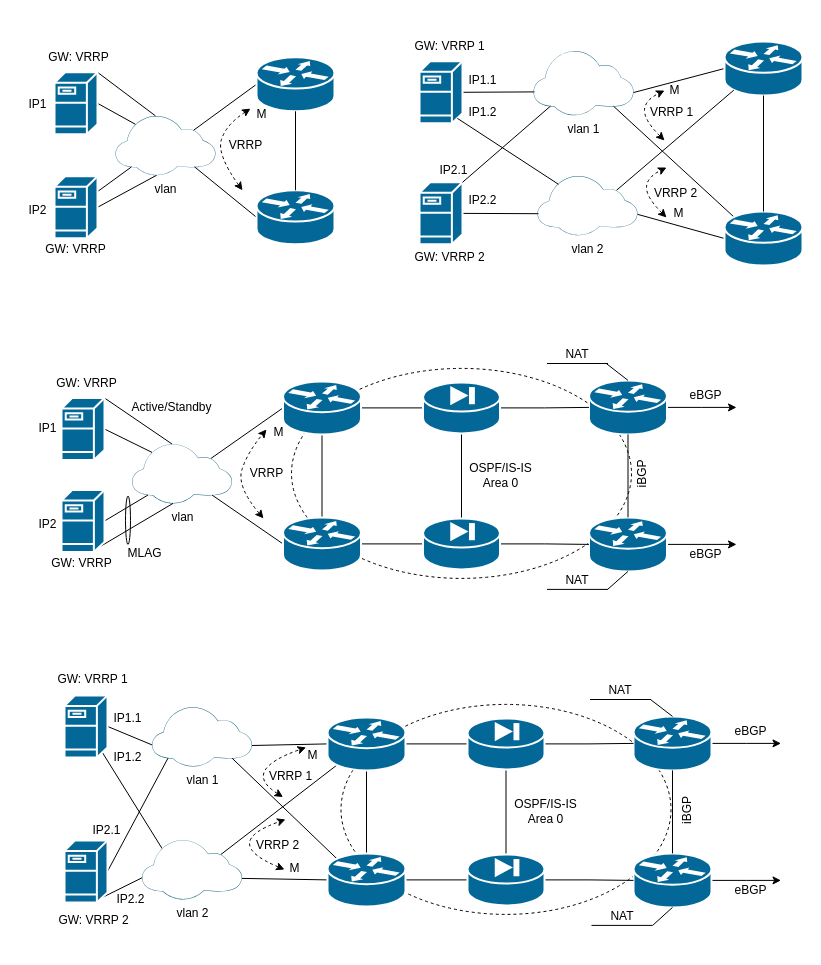
Before: page "L3" (2 of 2) of Diagram/small_nets.drawio in thleontev/Networks, a draw.io diagram. Source tidied: cells renumbered, new cells numbered last; positions are measured from the earlier drawing's top-left corner, leaving out a move shared by most shapes. Both pictures are drawn from the tidied source at 100%, with x=0, y=0 at pixel (16, 31).
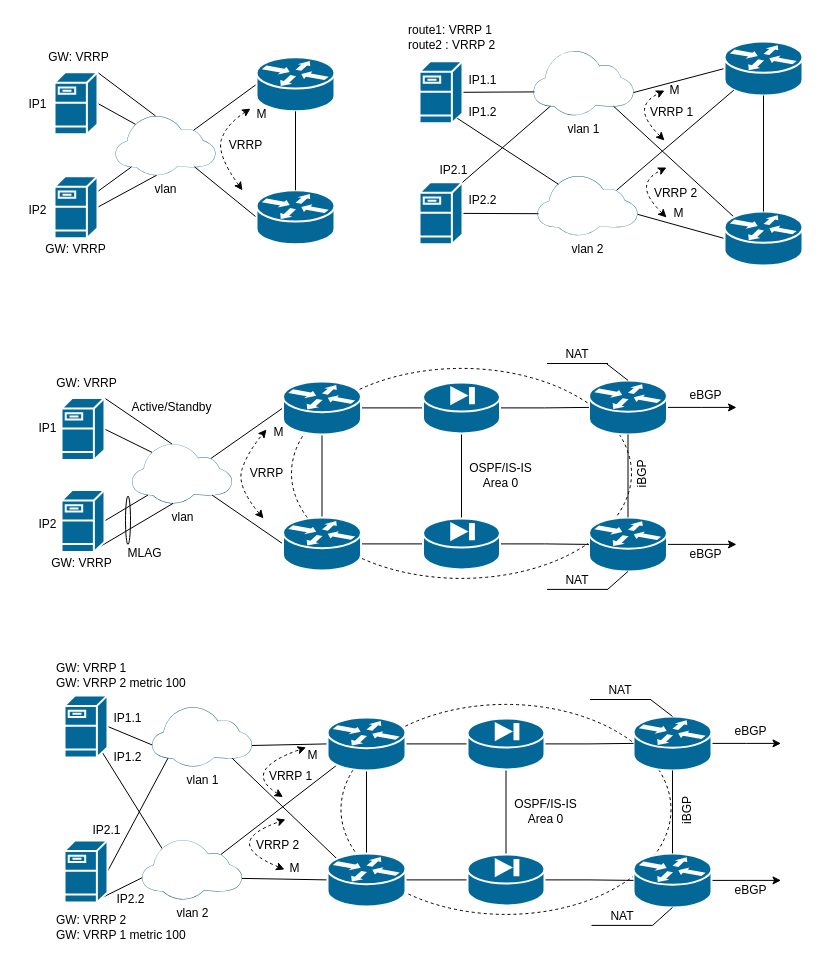
After the change.

Diff of the diagram source:
```diff
@@
-    <mxCell id="118" value="GW: VRRP 1" style="text;html=1;align=center;verticalAlign=middle;strokeColor=none;fillColor=none;" parent="1" vertex="1">
-      <mxGeometry x="388" y="-0.2" width="90" height="30" as="geometry" />
+    <mxCell id="118" value="&lt;div align=&quot;left&quot;&gt;route1: VRRP 1&lt;br&gt;&lt;/div&gt;&lt;div align=&quot;left&quot;&gt;route2 : VRRP 2&lt;br&gt;&lt;/div&gt;" style="text;html=1;align=left;verticalAlign=middle;strokeColor=none;fillColor=none;" parent="1" vertex="1">
+      <mxGeometry x="390" y="-14.2" width="110" height="40" as="geometry" />
     </mxCell>
-    <mxCell id="119" value="GW: VRRP 2" style="text;html=1;align=center;verticalAlign=middle;strokeColor=none;fillColor=none;" parent="1" vertex="1">
-      <mxGeometry x="388" y="210.8" width="90" height="30" as="geometry" />
-    </mxCell>
@@
-    <mxCell id="133" value="GW: VRRP 1" style="text;html=1;align=center;verticalAlign=middle;strokeColor=none;fillColor=none;" parent="1" vertex="1">
-      <mxGeometry x="30.5" y="632.9" width="90" height="30" as="geometry" />
+    <mxCell id="133" value="&lt;div align=&quot;left&quot;&gt;GW: VRRP 1&lt;/div&gt;&lt;div align=&quot;left&quot;&gt;GW: VRRP 2 metric 100&lt;br&gt;&lt;/div&gt;" style="text;html=1;align=left;verticalAlign=middle;strokeColor=none;fillColor=none;" parent="1" vertex="1">
+      <mxGeometry x="38" y="623.9" width="150" height="40" as="geometry" />
     </mxCell>
-    <mxCell id="134" value="GW: VRRP 2" style="text;html=1;align=center;verticalAlign=middle;strokeColor=none;fillColor=none;" parent="1" vertex="1">
-      <mxGeometry x="31.5" y="873.9" width="90" height="30" as="geometry" />
-    </mxCell>
@@
+    <mxCell id="139" value="&lt;div align=&quot;left&quot;&gt;GW: VRRP 2&lt;br&gt;&lt;/div&gt;&lt;div align=&quot;left&quot;&gt;GW: VRRP 1 metric 100&lt;br&gt;&lt;/div&gt;" style="text;html=1;align=left;verticalAlign=middle;strokeColor=none;fillColor=none;" parent="1" vertex="1">
+      <mxGeometry x="38" y="875.9" width="150" height="40" as="geometry" />
+    </mxCell>
```
